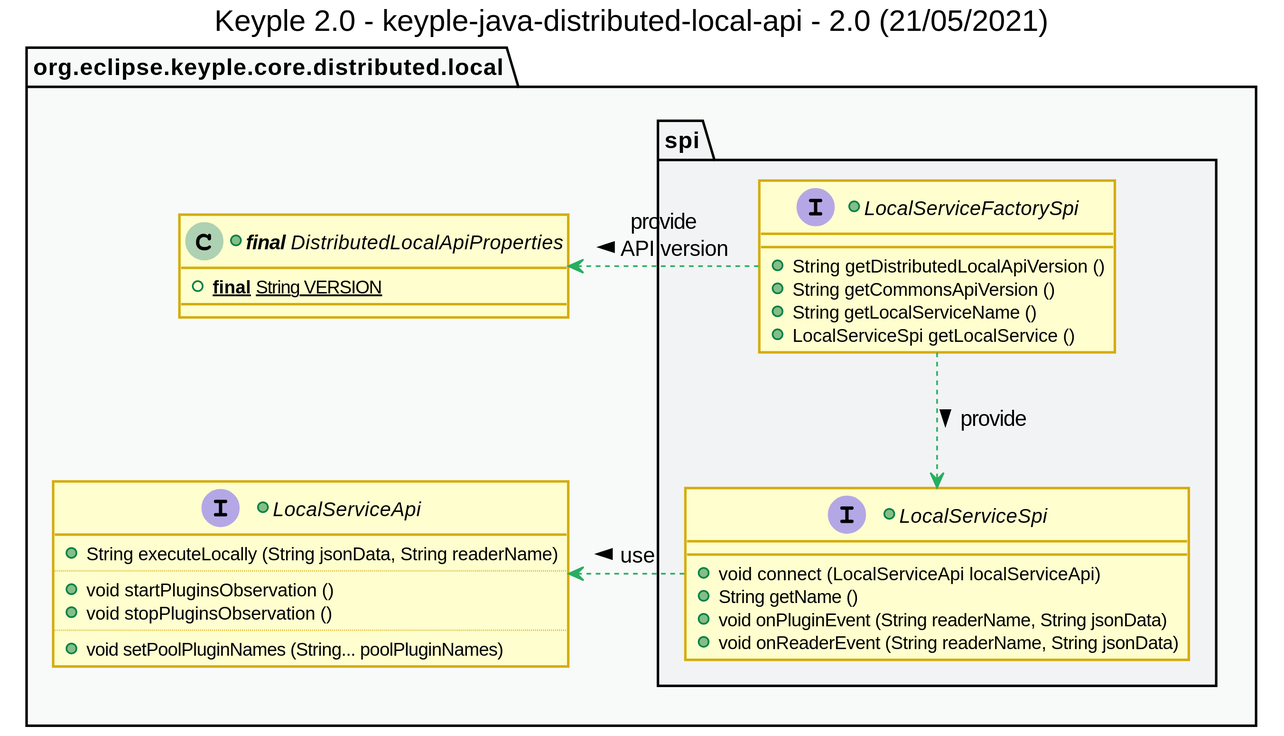
This is uml/class/private-api/keyple_2_0_class_distributed_local_api.svg from calypsonet/keyple_2_0, a PlantUML export, as it was before one commit.
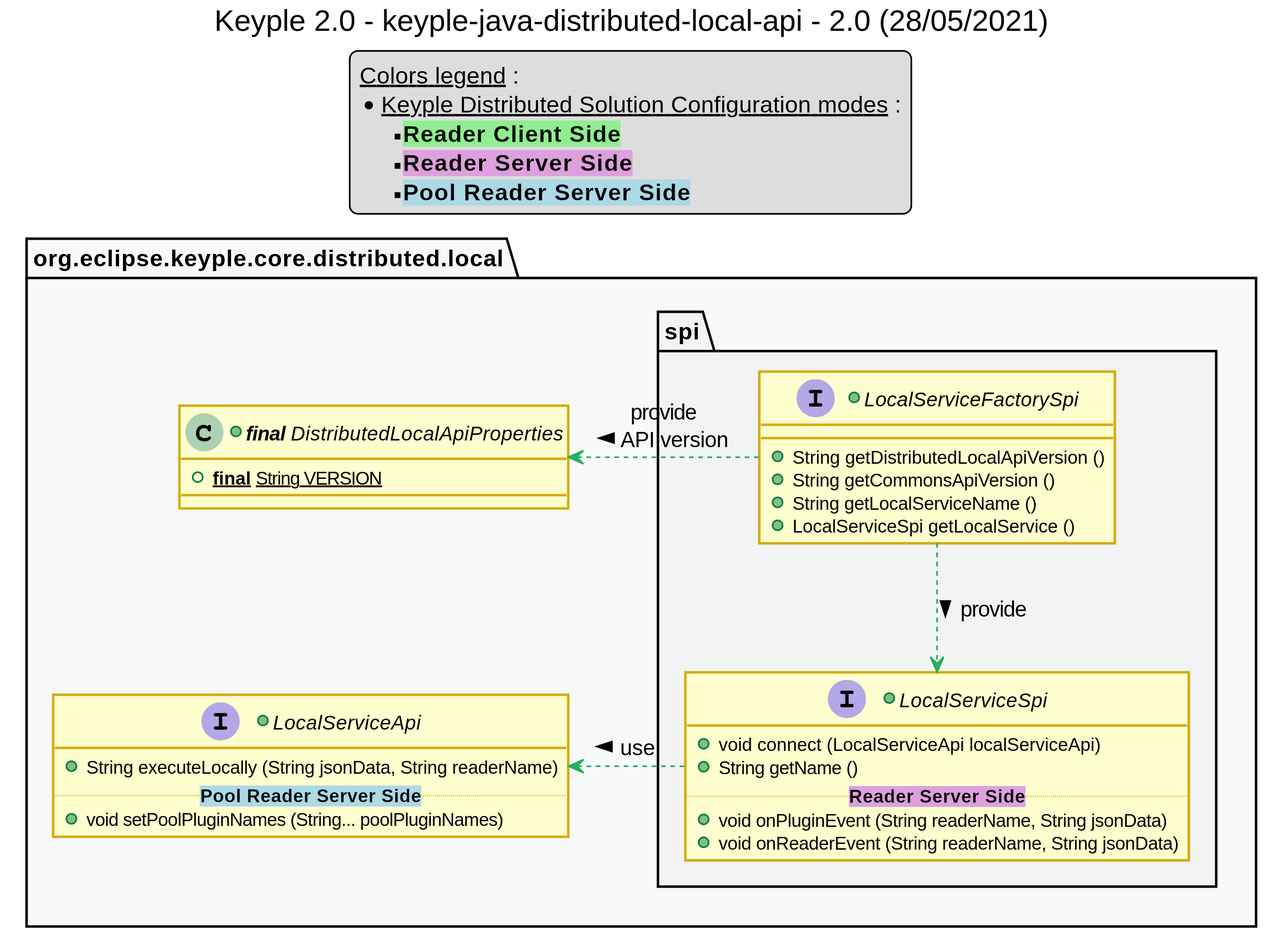
The same diagram one commit later.

Commit message:
revise distributed api

The edit, as a diff of the source:
```diff
@@ -1,6 +1,6 @@
 @startuml
 title
-    Keyple 2.0 - keyple-java-distributed-local-api - 2.0 (21/05/2021)
+    Keyple 2.0 - keyple-java-distributed-local-api - 2.0 (28/05/2021)
 end title
 
 
@@ -37,16 +37,21 @@
 hide <<grey>> stereotype
 
 
+legend top
+    __Colors legend__ :
+    * __Keyple Distributed Solution Configuration modes__ :
+    ** <back:lightGreen>**Reader Client Side**</back>
+    ** <back:plum>**Reader Server Side**</back>
+    ** <back:lightBlue>**Pool Reader Server Side**</back>
+end legend
+
 package "org.eclipse.keyple.core.distributed.local" as api {
     +class "**final** DistributedLocalApiProperties" as ApiProperties {
         +{static} **final** String VERSION
     }
     +interface LocalServiceApi {
         +String executeLocally (String jsonData, String readerName)
-        ..
-        +void startPluginsObservation ()
-        +void stopPluginsObservation ()
-        ..
+        .. <back:lightBlue>**Pool Reader Server Side**</back> ..
         +void setPoolPluginNames (String... poolPluginNames)
     }
     package spi {
@@ -59,6 +64,7 @@
         +interface LocalServiceSpi {
             +void connect (LocalServiceApi localServiceApi)
             +String getName ()
+            .. <back:plum>**Reader Server Side**</back> ..
             +void onPluginEvent (String readerName, String jsonData)
             +void onReaderEvent (String readerName, String jsonData)
         }
```
